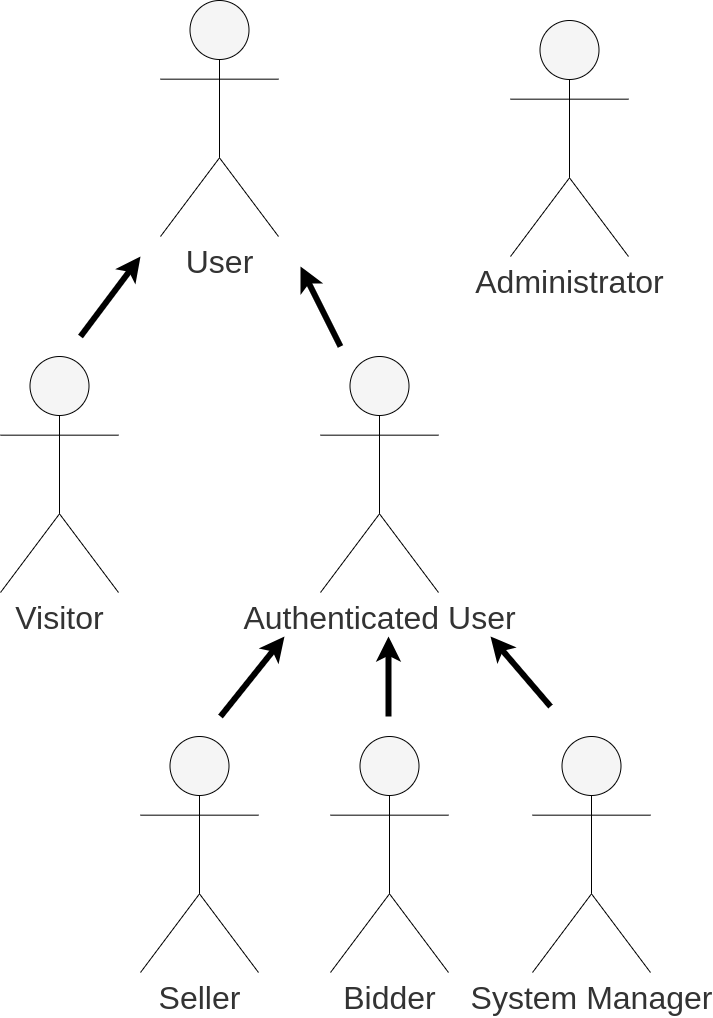
The draw.io diagram resources/actors.png in Sereno1710/feup-lbaw, before a commit. Source tidied: cells renumbered, new cells last; positions are measured from the earlier drawing's top-left corner, leaving out a move shared by most shapes. The source it was exported from:
```xml
<mxGraphModel background="#ffffff">
  <root>
    <mxCell id="0" />
    <mxCell id="1" parent="0" />
    <mxCell id="2" value="User" style="shape=umlActor;verticalLabelPosition=bottom;verticalAlign=top;html=1;fontSize=32;fillColor=#f5f5f5;fontColor=#333333;strokeColor=#000000;" parent="1" vertex="1">
      <mxGeometry x="160" width="118" height="236" as="geometry" />
    </mxCell>
    <mxCell id="3" value="Authenticated User" style="shape=umlActor;verticalLabelPosition=bottom;verticalAlign=top;html=1;fontSize=32;fillColor=#f5f5f5;fontColor=#333333;strokeColor=#000000;" parent="1" vertex="1">
      <mxGeometry x="320" y="356" width="118" height="236" as="geometry" />
    </mxCell>
    <mxCell id="4" value="Visitor" style="shape=umlActor;verticalLabelPosition=bottom;verticalAlign=top;html=1;fontSize=32;fillColor=#f5f5f5;fontColor=#333333;strokeColor=#000000;" parent="1" vertex="1">
      <mxGeometry y="356" width="118" height="236" as="geometry" />
    </mxCell>
    <mxCell id="5" style="endArrow=classic;html=1;rounded=0;fontSize=18;strokeWidth=6;fillColor=#f5f5f5;strokeColor=#000000;" parent="1" edge="1">
      <mxGeometry relative="1" as="geometry">
        <mxPoint x="340" y="346" as="sourcePoint" />
        <mxPoint x="300" y="266" as="targetPoint" />
      </mxGeometry>
    </mxCell>
    <mxCell id="6" style="endArrow=classic;html=1;rounded=0;fontSize=18;strokeWidth=6;fillColor=#f5f5f5;strokeColor=#000000;" parent="1" edge="1">
      <mxGeometry relative="1" as="geometry">
        <mxPoint x="80" y="336" as="sourcePoint" />
        <mxPoint x="140" y="256" as="targetPoint" />
      </mxGeometry>
    </mxCell>
    <mxCell id="7" value="System Manager" style="shape=umlActor;verticalLabelPosition=bottom;verticalAlign=top;html=1;fontSize=32;fillColor=#f5f5f5;fontColor=#333333;strokeColor=#000000;" parent="1" vertex="1">
      <mxGeometry x="532" y="736" width="118" height="236" as="geometry" />
    </mxCell>
    <mxCell id="8" style="endArrow=classic;html=1;rounded=0;fontSize=18;strokeWidth=6;fillColor=#f5f5f5;strokeColor=#000000;" parent="1" edge="1">
      <mxGeometry relative="1" as="geometry">
        <mxPoint x="550" y="706" as="sourcePoint" />
        <mxPoint x="490" y="636" as="targetPoint" />
      </mxGeometry>
    </mxCell>
    <mxCell id="9" value="Bidder&lt;br&gt;" style="shape=umlActor;verticalLabelPosition=bottom;verticalAlign=top;html=1;fontSize=32;fillColor=#f5f5f5;fontColor=#333333;strokeColor=#000000;" parent="1" vertex="1">
      <mxGeometry x="330" y="736" width="118" height="236" as="geometry" />
    </mxCell>
    <mxCell id="10" value="Seller" style="shape=umlActor;verticalLabelPosition=bottom;verticalAlign=top;html=1;fontSize=32;fillColor=#f5f5f5;fontColor=#333333;strokeColor=#000000;" parent="1" vertex="1">
      <mxGeometry x="140" y="736" width="118" height="236" as="geometry" />
    </mxCell>
    <mxCell id="11" style="endArrow=classic;html=1;rounded=0;fontSize=18;strokeWidth=6;fillColor=#f5f5f5;strokeColor=#000000;" parent="1" edge="1">
      <mxGeometry relative="1" as="geometry">
        <mxPoint x="388" y="716" as="sourcePoint" />
        <mxPoint x="388" y="636" as="targetPoint" />
      </mxGeometry>
    </mxCell>
    <mxCell id="12" style="endArrow=classic;html=1;rounded=0;fontSize=18;strokeWidth=6;fillColor=#f5f5f5;strokeColor=#000000;" parent="1" edge="1">
      <mxGeometry relative="1" as="geometry">
        <mxPoint x="220" y="716" as="sourcePoint" />
        <mxPoint x="284" y="636" as="targetPoint" />
      </mxGeometry>
    </mxCell>
    <mxCell id="13" value="Administrator" style="shape=umlActor;verticalLabelPosition=bottom;verticalAlign=top;html=1;fontSize=32;fillColor=#f5f5f5;fontColor=#333333;strokeColor=#000000;" parent="1" vertex="1">
      <mxGeometry x="510" y="20" width="118" height="236" as="geometry" />
    </mxCell>
  </root>
</mxGraphModel>
```
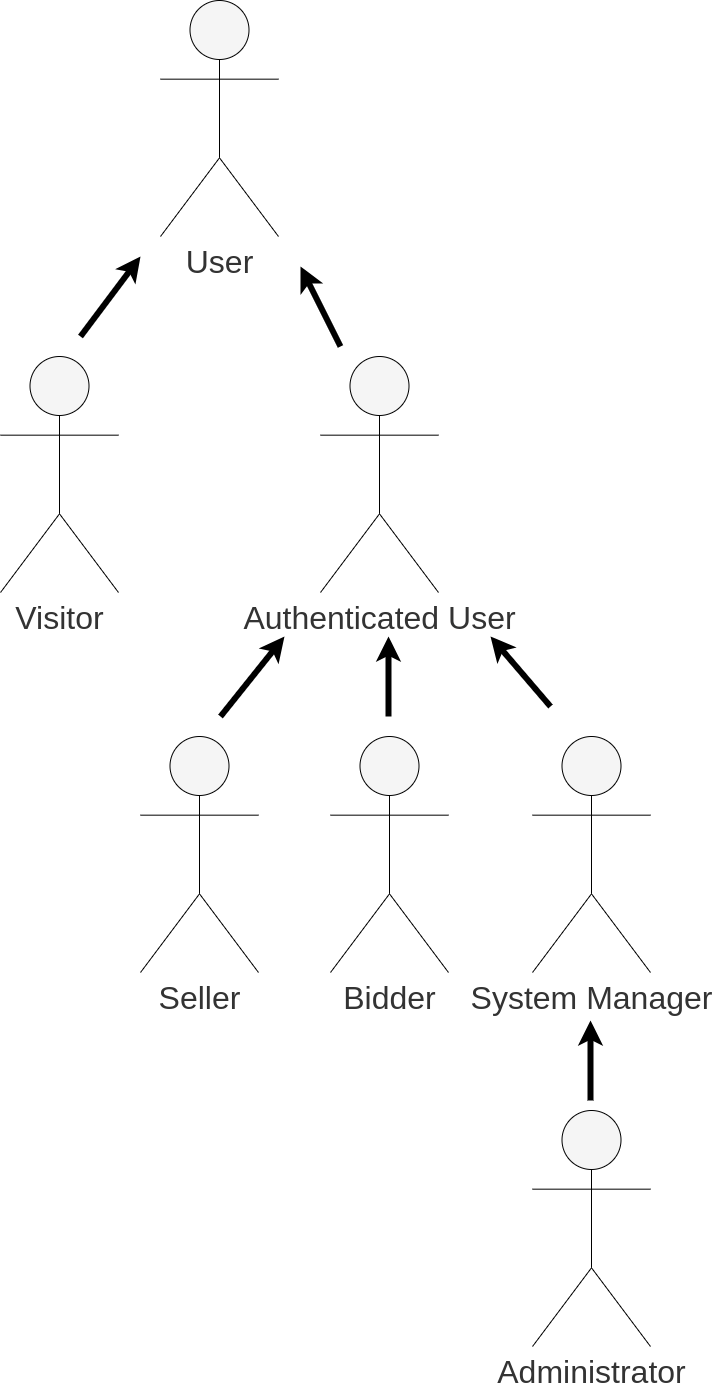
Above is the later version.

Commit message:
Fixed actors diagram and corrected some US priorities

What changed in the source:
```diff
@@ -51,7 +51,13 @@
       </mxGeometry>
     </mxCell>
     <mxCell id="13" value="Administrator" style="shape=umlActor;verticalLabelPosition=bottom;verticalAlign=top;html=1;fontSize=32;fillColor=#f5f5f5;fontColor=#333333;strokeColor=#000000;" parent="1" vertex="1">
-      <mxGeometry x="510" y="20" width="118" height="236" as="geometry" />
+      <mxGeometry x="532" y="1110" width="118" height="236" as="geometry" />
     </mxCell>
+    <mxCell id="14" style="endArrow=classic;html=1;rounded=0;fontSize=18;strokeWidth=6;fillColor=#f5f5f5;strokeColor=#000000;" parent="1" edge="1">
+      <mxGeometry relative="1" as="geometry">
+        <mxPoint x="590" y="1100" as="sourcePoint" />
+        <mxPoint x="590" y="1020" as="targetPoint" />
+      </mxGeometry>
+    </mxCell>
   </root>
 </mxGraphModel>
```
